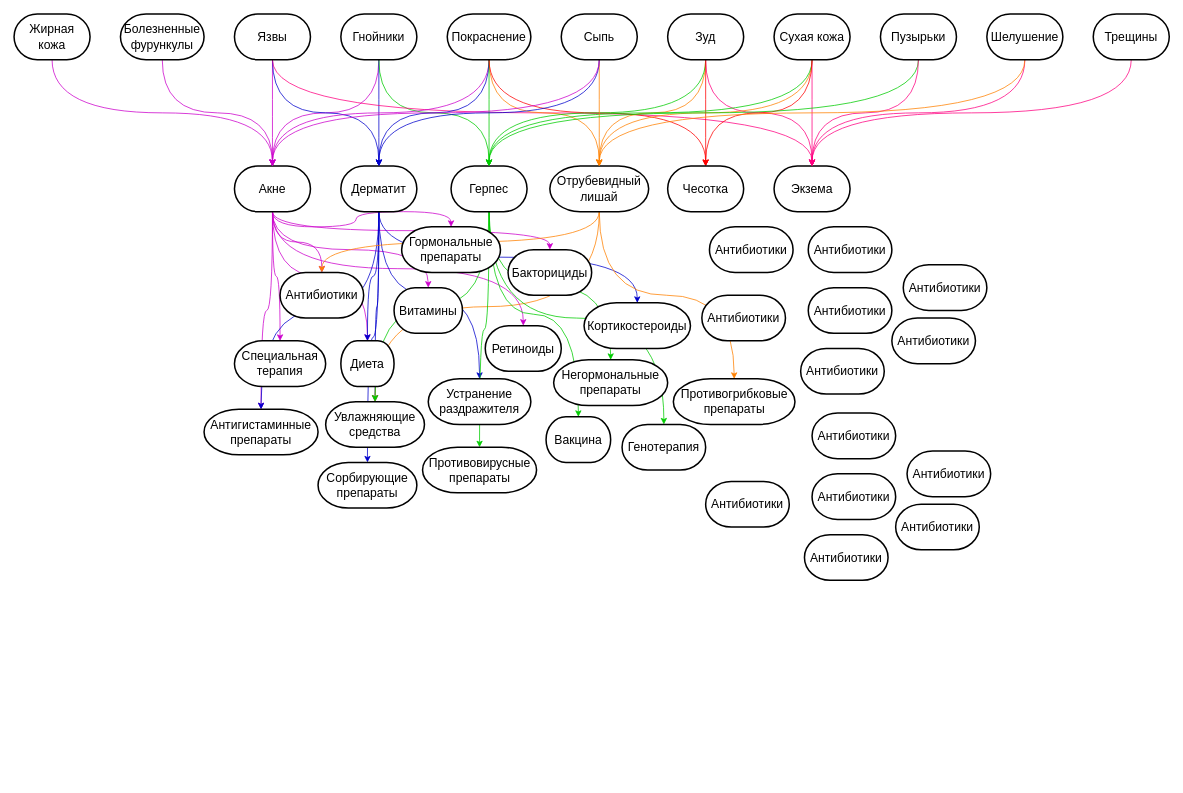
This is DZ2.drawio from DMfananddu/DSM, a draw.io file, before an edit. Source tidied: cells renumbered, new cells numbered last; positions are measured from the earlier drawing's top-left corner, leaving out a move shared by most shapes. Both pictures are drawn from the tidied source at 76%, with x=0, y=0 at pixel (14, 14).
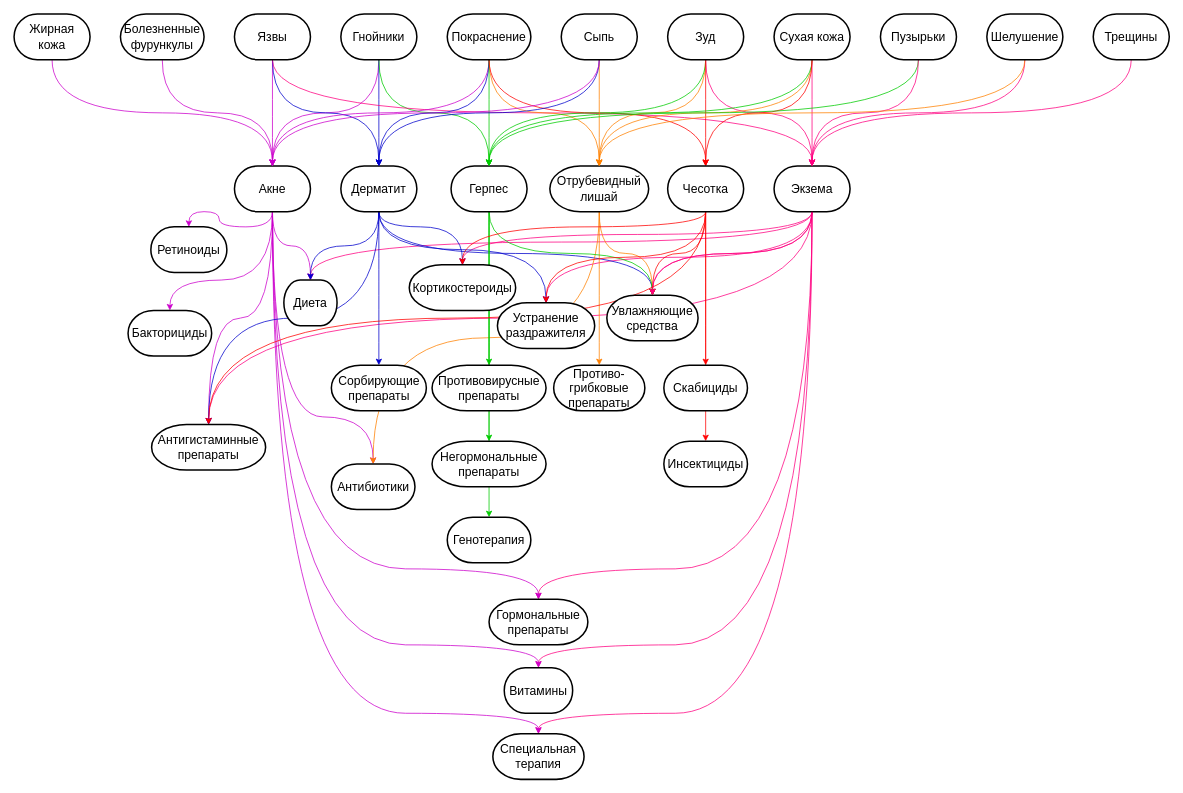
Above is the later version.

Unchanged cells that the change refers to:
```xml
<mxCell id="2" value="Экзема" style="strokeWidth=2;html=1;shape=mxgraph.flowchart.terminator;whiteSpace=wrap;fontSize=16;" parent="1" vertex="1">
  <mxGeometry x="1000" y="200" width="100" height="60" as="geometry" />
</mxCell>
<mxCell id="11" value="Акне" style="strokeWidth=2;html=1;shape=mxgraph.flowchart.terminator;whiteSpace=wrap;fontSize=16;" parent="1" vertex="1">
  <mxGeometry x="290" y="200" width="100" height="60" as="geometry" />
</mxCell>
<mxCell id="18" value="Дерматит" style="strokeWidth=2;html=1;shape=mxgraph.flowchart.terminator;whiteSpace=wrap;fontSize=16;" parent="1" vertex="1">
  <mxGeometry x="430" y="200" width="100" height="60" as="geometry" />
</mxCell>
<mxCell id="28" value="Герпес" style="strokeWidth=2;html=1;shape=mxgraph.flowchart.terminator;whiteSpace=wrap;fontSize=16;" parent="1" vertex="1">
  <mxGeometry x="575" y="200" width="100" height="60" as="geometry" />
</mxCell>
<mxCell id="69" value="Чесотка" style="strokeWidth=2;html=1;shape=mxgraph.flowchart.terminator;whiteSpace=wrap;fontSize=16;" parent="1" vertex="1">
  <mxGeometry x="860" y="200" width="100" height="60" as="geometry" />
</mxCell>
```

Change to the diagram source:
```diff
@@
+    <mxCell id="100" style="edgeStyle=orthogonalEdgeStyle;curved=1;rounded=0;jettySize=auto;html=1;exitX=0.5;exitY=1;exitDx=0;exitDy=0;exitPerimeter=0;entryX=0.5;entryY=0;entryDx=0;entryDy=0;entryPerimeter=0;strokeColor=#FF0080;" parent="1" edge="1" source="2" target="82">
+      <mxGeometry relative="1" as="geometry">
+        <Array as="points">
+          <mxPoint x="1050" y="290" />
+          <mxPoint x="590" y="290" />
+        </Array>
+      </mxGeometry>
+    </mxCell>
+    <mxCell id="101" style="edgeStyle=orthogonalEdgeStyle;curved=1;rounded=0;jettySize=auto;html=1;exitX=0.5;exitY=1;exitDx=0;exitDy=0;exitPerimeter=0;entryX=0.5;entryY=0;entryDx=0;entryDy=0;entryPerimeter=0;strokeColor=#FF0080;" parent="1" edge="1" source="2" target="72">
+      <mxGeometry relative="1" as="geometry" />
+    </mxCell>
+    <mxCell id="102" style="edgeStyle=orthogonalEdgeStyle;curved=1;rounded=0;jettySize=auto;html=1;exitX=0.5;exitY=1;exitDx=0;exitDy=0;exitPerimeter=0;entryX=0.5;entryY=0;entryDx=0;entryDy=0;entryPerimeter=0;strokeColor=#FF0080;" parent="1" edge="1" source="2" target="74">
+      <mxGeometry relative="1" as="geometry">
+        <Array as="points">
+          <mxPoint x="1050" y="300" />
+          <mxPoint x="390" y="300" />
+        </Array>
+      </mxGeometry>
+    </mxCell>
+    <mxCell id="103" style="edgeStyle=orthogonalEdgeStyle;curved=1;rounded=0;jettySize=auto;html=1;exitX=0.5;exitY=1;exitDx=0;exitDy=0;exitPerimeter=0;entryX=0.5;entryY=0;entryDx=0;entryDy=0;entryPerimeter=0;strokeColor=#FF0080;" parent="1" edge="1" source="2" target="71">
+      <mxGeometry relative="1" as="geometry">
+        <Array as="points">
+          <mxPoint x="1050" y="920" />
+          <mxPoint x="690" y="920" />
+        </Array>
+      </mxGeometry>
+    </mxCell>
+    <mxCell id="104" style="edgeStyle=orthogonalEdgeStyle;curved=1;rounded=0;jettySize=auto;html=1;exitX=0.5;exitY=1;exitDx=0;exitDy=0;exitPerimeter=0;entryX=0.5;entryY=0;entryDx=0;entryDy=0;entryPerimeter=0;strokeColor=#FF0080;" parent="1" edge="1" source="2" target="75">
+      <mxGeometry relative="1" as="geometry">
+        <Array as="points">
+          <mxPoint x="1050" y="830" />
+          <mxPoint x="690" y="830" />
+        </Array>
+      </mxGeometry>
+    </mxCell>
+    <mxCell id="105" style="edgeStyle=orthogonalEdgeStyle;curved=1;rounded=0;jettySize=auto;html=1;exitX=0.5;exitY=1;exitDx=0;exitDy=0;exitPerimeter=0;entryX=0.5;entryY=0;entryDx=0;entryDy=0;entryPerimeter=0;strokeColor=#FF0080;" parent="1" edge="1" source="2" target="73">
+      <mxGeometry relative="1" as="geometry" />
+    </mxCell>
+    <mxCell id="106" style="edgeStyle=orthogonalEdgeStyle;curved=1;rounded=0;jettySize=auto;html=1;exitX=0.5;exitY=1;exitDx=0;exitDy=0;exitPerimeter=0;entryX=0.5;entryY=0;entryDx=0;entryDy=0;entryPerimeter=0;strokeColor=#FF0080;" parent="1" edge="1" source="2" target="77">
+      <mxGeometry relative="1" as="geometry">
+        <Array as="points">
+          <mxPoint x="1050" y="730" />
+          <mxPoint x="690" y="730" />
+        </Array>
+      </mxGeometry>
+    </mxCell>
+    <mxCell id="107" style="edgeStyle=orthogonalEdgeStyle;curved=1;rounded=0;jettySize=auto;html=1;entryX=0.5;entryY=0;entryDx=0;entryDy=0;entryPerimeter=0;strokeColor=#FF0080;exitX=0.5;exitY=1;exitDx=0;exitDy=0;exitPerimeter=0;" parent="1" edge="1" source="2" target="84">
+      <mxGeometry relative="1" as="geometry" />
+    </mxCell>
@@
     <mxCell id="3" style="edgeStyle=orthogonalEdgeStyle;curved=1;rounded=0;jettySize=auto;html=1;exitX=0.5;exitY=1;exitDx=0;exitDy=0;exitPerimeter=0;entryX=0.5;entryY=0;entryDx=0;entryDy=0;entryPerimeter=0;strokeColor=#CC00CC;" parent="1" edge="1" source="11" target="70">
-      <mxGeometry relative="1" as="geometry" />
+      <mxGeometry relative="1" as="geometry">
+        <Array as="points">
+          <mxPoint x="340" y="530" />
+          <mxPoint x="473" y="530" />
+        </Array>
+      </mxGeometry>
     </mxCell>
     <mxCell id="4" style="edgeStyle=orthogonalEdgeStyle;curved=1;rounded=0;jettySize=auto;html=1;exitX=0.5;exitY=1;exitDx=0;exitDy=0;exitPerimeter=0;entryX=0.5;entryY=0;entryDx=0;entryDy=0;entryPerimeter=0;strokeColor=#CC00CC;" parent="1" edge="1" source="11" target="71">
-      <mxGeometry relative="1" as="geometry" />
+      <mxGeometry relative="1" as="geometry">
+        <Array as="points">
+          <mxPoint x="340" y="920" />
+          <mxPoint x="690" y="920" />
+        </Array>
+      </mxGeometry>
     </mxCell>
     <mxCell id="5" style="edgeStyle=orthogonalEdgeStyle;curved=1;rounded=0;jettySize=auto;html=1;exitX=0.5;exitY=1;exitDx=0;exitDy=0;exitPerimeter=0;entryX=0.5;entryY=0;entryDx=0;entryDy=0;entryPerimeter=0;strokeColor=#CC00CC;" parent="1" edge="1" source="11" target="77">
-      <mxGeometry relative="1" as="geometry" />
+      <mxGeometry relative="1" as="geometry">
+        <Array as="points">
+          <mxPoint x="340" y="730" />
+          <mxPoint x="690" y="730" />
+        </Array>
+      </mxGeometry>
     </mxCell>
     <mxCell id="6" style="edgeStyle=orthogonalEdgeStyle;curved=1;rounded=0;jettySize=auto;html=1;exitX=0.5;exitY=1;exitDx=0;exitDy=0;exitPerimeter=0;entryX=0.5;entryY=0;entryDx=0;entryDy=0;entryPerimeter=0;strokeColor=#CC00CC;" parent="1" edge="1" source="11" target="75">
-      <mxGeometry relative="1" as="geometry" />
+      <mxGeometry relative="1" as="geometry">
+        <Array as="points">
+          <mxPoint x="340" y="830" />
+          <mxPoint x="690" y="830" />
+        </Array>
+      </mxGeometry>
     </mxCell>
     <mxCell id="7" style="edgeStyle=orthogonalEdgeStyle;curved=1;rounded=0;jettySize=auto;html=1;exitX=0.5;exitY=1;exitDx=0;exitDy=0;exitPerimeter=0;entryX=0.5;entryY=0;entryDx=0;entryDy=0;entryPerimeter=0;strokeColor=#CC00CC;" parent="1" edge="1" source="11" target="81">
-      <mxGeometry relative="1" as="geometry" />
+      <mxGeometry relative="1" as="geometry">
+        <Array as="points">
+          <mxPoint x="340" y="350" />
+          <mxPoint x="205" y="350" />
+        </Array>
+      </mxGeometry>
     </mxCell>
@@
     <mxCell id="15" style="edgeStyle=orthogonalEdgeStyle;curved=1;rounded=0;jettySize=auto;html=1;exitX=0.5;exitY=1;exitDx=0;exitDy=0;exitPerimeter=0;entryX=0.5;entryY=0;entryDx=0;entryDy=0;entryPerimeter=0;strokeColor=#0000CC;" parent="1" edge="1" source="18" target="84">
-      <mxGeometry relative="1" as="geometry" />
+      <mxGeometry relative="1" as="geometry">
+        <Array as="points">
+          <mxPoint x="480" y="310" />
+          <mxPoint x="700" y="310" />
+        </Array>
+      </mxGeometry>
     </mxCell>
     <mxCell id="16" style="edgeStyle=orthogonalEdgeStyle;curved=1;rounded=0;jettySize=auto;html=1;exitX=0.5;exitY=1;exitDx=0;exitDy=0;exitPerimeter=0;entryX=0.5;entryY=0;entryDx=0;entryDy=0;entryPerimeter=0;strokeColor=#0000CC;" parent="1" edge="1" source="18" target="82">
-      <mxGeometry relative="1" as="geometry" />
+      <mxGeometry relative="1" as="geometry">
+        <Array as="points">
+          <mxPoint x="480" y="280" />
+          <mxPoint x="590" y="280" />
+        </Array>
+      </mxGeometry>
     </mxCell>
@@
-    <mxCell id="26" style="edgeStyle=orthogonalEdgeStyle;curved=1;rounded=0;jettySize=auto;html=1;exitX=0.5;exitY=1;exitDx=0;exitDy=0;exitPerimeter=0;entryX=0.5;entryY=0;entryDx=0;entryDy=0;entryPerimeter=0;strokeColor=#00CC00;" parent="1" edge="1" source="28" target="78">
-      <mxGeometry relative="1" as="geometry" />
-    </mxCell>
@@
+    <mxCell id="108" style="edgeStyle=orthogonalEdgeStyle;curved=1;rounded=0;jettySize=auto;html=1;exitX=0.5;exitY=1;exitDx=0;exitDy=0;exitPerimeter=0;entryX=0.5;entryY=0;entryDx=0;entryDy=0;entryPerimeter=0;strokeColor=#FF0000;" parent="1" edge="1" source="69" target="84">
+      <mxGeometry relative="1" as="geometry" />
+    </mxCell>
+    <mxCell id="109" style="edgeStyle=orthogonalEdgeStyle;curved=1;rounded=0;jettySize=auto;html=1;exitX=0.5;exitY=1;exitDx=0;exitDy=0;exitPerimeter=0;entryX=0.5;entryY=0;entryDx=0;entryDy=0;entryPerimeter=0;strokeColor=#FF0000;" parent="1" edge="1" source="69" target="86">
+      <mxGeometry relative="1" as="geometry" />
+    </mxCell>
+    <mxCell id="110" style="edgeStyle=orthogonalEdgeStyle;curved=1;rounded=0;jettySize=auto;html=1;exitX=0.5;exitY=1;exitDx=0;exitDy=0;exitPerimeter=0;entryX=0.5;entryY=0;entryDx=0;entryDy=0;entryPerimeter=0;strokeColor=#FF0000;" parent="1" edge="1" source="69" target="89">
+      <mxGeometry relative="1" as="geometry" />
+    </mxCell>
+    <mxCell id="111" style="edgeStyle=orthogonalEdgeStyle;curved=1;rounded=0;jettySize=auto;html=1;exitX=0.5;exitY=1;exitDx=0;exitDy=0;exitPerimeter=0;entryX=0.5;entryY=0;entryDx=0;entryDy=0;entryPerimeter=0;strokeColor=#FF0000;" parent="1" edge="1" source="69" target="82">
+      <mxGeometry relative="1" as="geometry">
+        <Array as="points">
+          <mxPoint x="910" y="280" />
+          <mxPoint x="590" y="280" />
+        </Array>
+      </mxGeometry>
+    </mxCell>
+    <mxCell id="112" style="edgeStyle=orthogonalEdgeStyle;curved=1;rounded=0;jettySize=auto;html=1;exitX=0.5;exitY=1;exitDx=0;exitDy=0;exitPerimeter=0;entryX=0.5;entryY=0;entryDx=0;entryDy=0;entryPerimeter=0;strokeColor=#FF0000;" parent="1" edge="1" source="69" target="73">
+      <mxGeometry relative="1" as="geometry" />
+    </mxCell>
+    <mxCell id="113" style="edgeStyle=orthogonalEdgeStyle;curved=1;rounded=0;jettySize=auto;html=1;exitX=0.5;exitY=1;exitDx=0;exitDy=0;exitPerimeter=0;entryX=0.5;entryY=0;entryDx=0;entryDy=0;entryPerimeter=0;strokeColor=#FF0000;" parent="1" edge="1" source="69" target="72">
+      <mxGeometry relative="1" as="geometry" />
+    </mxCell>
@@
     <mxCell id="70" value="Антибиотики" style="strokeWidth=2;html=1;shape=mxgraph.flowchart.terminator;whiteSpace=wrap;fontSize=16;" parent="1" vertex="1">
-      <mxGeometry x="350" y="340" width="110" height="60" as="geometry" />
+      <mxGeometry x="417.5" y="592" width="110" height="60" as="geometry" />
     </mxCell>
     <mxCell id="71" value="Специальная терапия" style="strokeWidth=2;html=1;shape=mxgraph.flowchart.terminator;whiteSpace=wrap;fontSize=16;" parent="1" vertex="1">
-      <mxGeometry x="290" y="430" width="120" height="60" as="geometry" />
+      <mxGeometry x="630" y="947" width="120" height="60" as="geometry" />
     </mxCell>
     <mxCell id="72" value="Антигистаминные препараты" style="strokeWidth=2;html=1;shape=mxgraph.flowchart.terminator;whiteSpace=wrap;fontSize=16;" parent="1" vertex="1">
-      <mxGeometry x="250" y="520" width="150" height="60" as="geometry" />
+      <mxGeometry x="181" y="540" width="150" height="60" as="geometry" />
     </mxCell>
-    <mxCell id="73" value="Увлажняющие средства" style="strokeWidth=2;html=1;shape=mxgraph.flowchart.terminator;whiteSpace=wrap;fontSize=16;" parent="1" vertex="1">
-      <mxGeometry x="410" y="510" width="130" height="60" as="geometry" />
-    </mxCell>
     <mxCell id="74" value="Диета" style="strokeWidth=2;html=1;shape=mxgraph.flowchart.terminator;whiteSpace=wrap;fontSize=16;" parent="1" vertex="1">
-      <mxGeometry x="430" y="430" width="70" height="60" as="geometry" />
+      <mxGeometry x="355" y="350" width="70" height="60" as="geometry" />
     </mxCell>
     <mxCell id="75" value="Витамины" style="strokeWidth=2;html=1;shape=mxgraph.flowchart.terminator;whiteSpace=wrap;fontSize=16;" parent="1" vertex="1">
-      <mxGeometry x="500" y="360" width="90" height="60" as="geometry" />
+      <mxGeometry x="645" y="860" width="90" height="60" as="geometry" />
     </mxCell>
     <mxCell id="76" value="Ретиноиды" style="strokeWidth=2;html=1;shape=mxgraph.flowchart.terminator;whiteSpace=wrap;fontSize=16;" parent="1" vertex="1">
-      <mxGeometry x="620" y="410" width="100" height="60" as="geometry" />
+      <mxGeometry x="180" y="280" width="100" height="60" as="geometry" />
     </mxCell>
     <mxCell id="77" value="Гормональные препараты" style="strokeWidth=2;html=1;shape=mxgraph.flowchart.terminator;whiteSpace=wrap;fontSize=16;" parent="1" vertex="1">
-      <mxGeometry x="510" y="280" width="130" height="60" as="geometry" />
+      <mxGeometry x="625" y="770" width="130" height="60" as="geometry" />
     </mxCell>
-    <mxCell id="78" value="Вакцина" style="strokeWidth=2;html=1;shape=mxgraph.flowchart.terminator;whiteSpace=wrap;fontSize=16;" parent="1" vertex="1">
-      <mxGeometry x="700" y="530" width="85" height="60" as="geometry" />
-    </mxCell>
     <mxCell id="79" value="Противовирусные препараты" style="strokeWidth=2;html=1;shape=mxgraph.flowchart.terminator;whiteSpace=wrap;fontSize=16;" parent="1" vertex="1">
-      <mxGeometry x="537.5" y="570" width="150" height="60" as="geometry" />
+      <mxGeometry x="550" y="462" width="150" height="60" as="geometry" />
     </mxCell>
     <mxCell id="80" value="Сорбирующие препараты" style="strokeWidth=2;html=1;shape=mxgraph.flowchart.terminator;whiteSpace=wrap;fontSize=16;" parent="1" vertex="1">
-      <mxGeometry x="400" y="590" width="130" height="60" as="geometry" />
+      <mxGeometry x="417.5" y="462" width="125" height="60" as="geometry" />
     </mxCell>
     <mxCell id="81" value="Бакторициды" style="strokeWidth=2;html=1;shape=mxgraph.flowchart.terminator;whiteSpace=wrap;fontSize=16;" parent="1" vertex="1">
-      <mxGeometry x="650" y="310" width="110" height="60" as="geometry" />
+      <mxGeometry x="150" y="390" width="110" height="60" as="geometry" />
     </mxCell>
     <mxCell id="82" value="Кортикостероиды" style="strokeWidth=2;html=1;shape=mxgraph.flowchart.terminator;whiteSpace=wrap;fontSize=16;" parent="1" vertex="1">
-      <mxGeometry x="750" y="380" width="140" height="60" as="geometry" />
+      <mxGeometry x="520" y="330" width="140" height="60" as="geometry" />
     </mxCell>
     <mxCell id="83" value="Негормональные препараты" style="strokeWidth=2;html=1;shape=mxgraph.flowchart.terminator;whiteSpace=wrap;fontSize=16;" parent="1" vertex="1">
-      <mxGeometry x="710" y="455" width="150" height="60" as="geometry" />
+      <mxGeometry x="550" y="562" width="150" height="60" as="geometry" />
     </mxCell>
     <mxCell id="84" value="Устранение раздражителя" style="strokeWidth=2;html=1;shape=mxgraph.flowchart.terminator;whiteSpace=wrap;fontSize=16;" parent="1" vertex="1">
-      <mxGeometry x="545" y="480" width="135" height="60" as="geometry" />
+      <mxGeometry x="636" y="380" width="128" height="60" as="geometry" />
     </mxCell>
     <mxCell id="85" value="Генотерапия" style="strokeWidth=2;html=1;shape=mxgraph.flowchart.terminator;whiteSpace=wrap;fontSize=16;" parent="1" vertex="1">
-      <mxGeometry x="800" y="540" width="110" height="60" as="geometry" />
+      <mxGeometry x="570" y="662" width="110" height="60" as="geometry" />
     </mxCell>
-    <mxCell id="86" value="Антибиотики" style="strokeWidth=2;html=1;shape=mxgraph.flowchart.terminator;whiteSpace=wrap;fontSize=16;" parent="1" vertex="1">
-      <mxGeometry x="915" y="280" width="110" height="60" as="geometry" />
+    <mxCell id="86" value="Скабициды" style="strokeWidth=2;html=1;shape=mxgraph.flowchart.terminator;whiteSpace=wrap;fontSize=16;" parent="1" vertex="1">
+      <mxGeometry x="855" y="462" width="110" height="60" as="geometry" />
     </mxCell>
-    <mxCell id="87" value="Антибиотики" style="strokeWidth=2;html=1;shape=mxgraph.flowchart.terminator;whiteSpace=wrap;fontSize=16;" parent="1" vertex="1">
-      <mxGeometry x="905" y="370" width="110" height="60" as="geometry" />
-    </mxCell>
-    <mxCell id="88" value="Антибиотики" style="strokeWidth=2;html=1;shape=mxgraph.flowchart.terminator;whiteSpace=wrap;fontSize=16;" parent="1" vertex="1">
-      <mxGeometry x="1045" y="360" width="110" height="60" as="geometry" />
-    </mxCell>
-    <mxCell id="89" value="Антибиотики" style="strokeWidth=2;html=1;shape=mxgraph.flowchart.terminator;whiteSpace=wrap;fontSize=16;" parent="1" vertex="1">
-      <mxGeometry x="1045" y="280" width="110" height="60" as="geometry" />
+    <mxCell id="89" value="Инсектициды" style="strokeWidth=2;html=1;shape=mxgraph.flowchart.terminator;whiteSpace=wrap;fontSize=16;" parent="1" vertex="1">
+      <mxGeometry x="855" y="562" width="110" height="60" as="geometry" />
     </mxCell>
-    <mxCell id="90" value="Антибиотики" style="strokeWidth=2;html=1;shape=mxgraph.flowchart.terminator;whiteSpace=wrap;fontSize=16;" parent="1" vertex="1">
-      <mxGeometry x="1155" y="400" width="110" height="60" as="geometry" />
-    </mxCell>
-    <mxCell id="91" value="Антибиотики" style="strokeWidth=2;html=1;shape=mxgraph.flowchart.terminator;whiteSpace=wrap;fontSize=16;" parent="1" vertex="1">
-      <mxGeometry x="1035" y="440" width="110" height="60" as="geometry" />
-    </mxCell>
-    <mxCell id="92" value="Антибиотики" style="strokeWidth=2;html=1;shape=mxgraph.flowchart.terminator;whiteSpace=wrap;fontSize=16;" parent="1" vertex="1">
-      <mxGeometry x="1170" y="330" width="110" height="60" as="geometry" />
-    </mxCell>
-    <mxCell id="93" value="Противогрибковые препараты" style="strokeWidth=2;html=1;shape=mxgraph.flowchart.terminator;whiteSpace=wrap;fontSize=16;" parent="1" vertex="1">
-      <mxGeometry x="867.5" y="480" width="160" height="60" as="geometry" />
+    <mxCell id="93" value="Противо-&lt;br&gt;грибковые препараты" style="strokeWidth=2;html=1;shape=mxgraph.flowchart.terminator;whiteSpace=wrap;fontSize=16;" parent="1" vertex="1">
+      <mxGeometry x="710" y="462" width="120" height="60" as="geometry" />
     </mxCell>
-    <mxCell id="94" value="Антибиотики" style="strokeWidth=2;html=1;shape=mxgraph.flowchart.terminator;whiteSpace=wrap;fontSize=16;" parent="1" vertex="1">
-      <mxGeometry x="910" y="615" width="110" height="60" as="geometry" />
-    </mxCell>
-    <mxCell id="95" value="Антибиотики" style="strokeWidth=2;html=1;shape=mxgraph.flowchart.terminator;whiteSpace=wrap;fontSize=16;" parent="1" vertex="1">
-      <mxGeometry x="1050" y="605" width="110" height="60" as="geometry" />
-    </mxCell>
-    <mxCell id="96" value="Антибиотики" style="strokeWidth=2;html=1;shape=mxgraph.flowchart.terminator;whiteSpace=wrap;fontSize=16;" parent="1" vertex="1">
-      <mxGeometry x="1050" y="525" width="110" height="60" as="geometry" />
-    </mxCell>
-    <mxCell id="97" value="Антибиотики" style="strokeWidth=2;html=1;shape=mxgraph.flowchart.terminator;whiteSpace=wrap;fontSize=16;" parent="1" vertex="1">
-      <mxGeometry x="1160" y="645" width="110" height="60" as="geometry" />
-    </mxCell>
-    <mxCell id="98" value="Антибиотики" style="strokeWidth=2;html=1;shape=mxgraph.flowchart.terminator;whiteSpace=wrap;fontSize=16;" parent="1" vertex="1">
-      <mxGeometry x="1040" y="685" width="110" height="60" as="geometry" />
-    </mxCell>
-    <mxCell id="99" value="Антибиотики" style="strokeWidth=2;html=1;shape=mxgraph.flowchart.terminator;whiteSpace=wrap;fontSize=16;" parent="1" vertex="1">
-      <mxGeometry x="1175" y="575" width="110" height="60" as="geometry" />
-    </mxCell>
+    <mxCell id="73" value="Увлажняющие средства" style="strokeWidth=2;html=1;shape=mxgraph.flowchart.terminator;whiteSpace=wrap;fontSize=16;" parent="1" vertex="1">
+      <mxGeometry x="780" y="370" width="120" height="60" as="geometry" />
+    </mxCell>
+    <mxCell id="114" style="edgeStyle=orthogonalEdgeStyle;curved=1;rounded=0;jettySize=auto;html=1;exitX=0.5;exitY=1;exitDx=0;exitDy=0;exitPerimeter=0;entryX=0.5;entryY=0;entryDx=0;entryDy=0;entryPerimeter=0;strokeColor=#FF0080;" parent="1" edge="1" source="2" target="73">
+      <mxGeometry relative="1" as="geometry" />
+    </mxCell>
```
